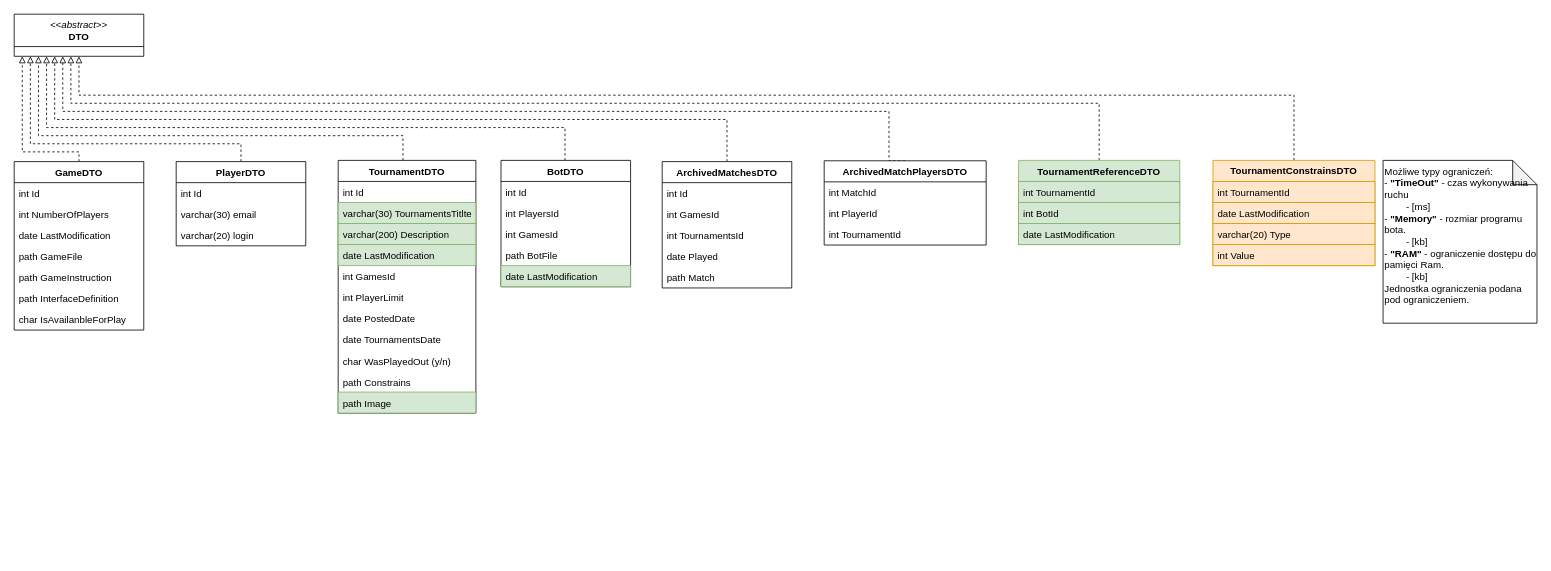
jordus100/Bot-Wars-front keeps this draw.io diagram as page "Plan Bazy Danych" (2 of 4) of docs/System Architecture.drawio. Above is the earlier version. Source tidied: cells renumbered, new cells numbered last; positions are measured from the earlier drawing's top-left corner, leaving out a move shared by most shapes. Both pictures are drawn from the tidied source at 81%, with x=0, y=0 at pixel (14, 14).
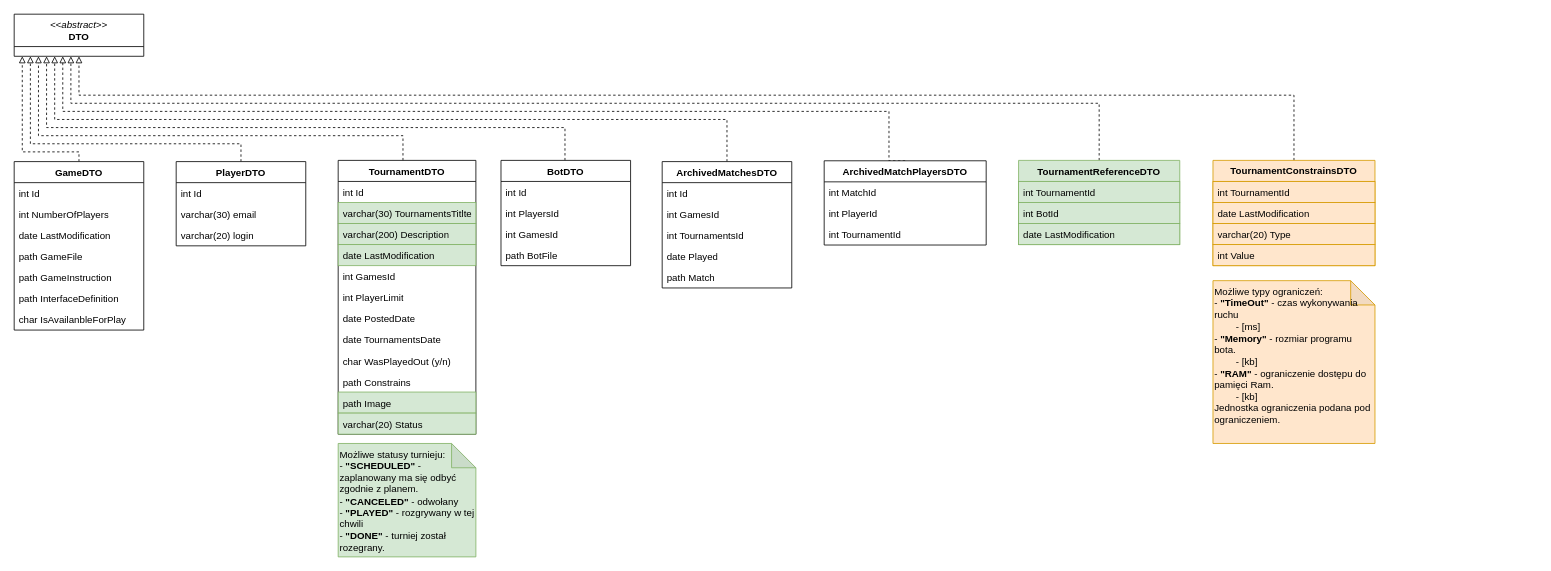
The same diagram, later.

What changed in the source:
```diff
@@
     <mxCell id="14" value="TournamentDTO" style="swimlane;fontStyle=1;align=center;verticalAlign=top;horizontal=1;startSize=26;whiteSpace=wrap;html=1;" parent="1" vertex="1">
-      <mxGeometry x="400" y="180.5" width="170" height="312" as="geometry" />
+      <mxGeometry x="400" y="180.5" width="170" height="338" as="geometry" />
     </mxCell>
@@
+    <mxCell id="61" value="varchar(20) Status" style="text;strokeColor=#82b366;fillColor=#d5e8d4;align=left;verticalAlign=top;spacingLeft=4;spacingRight=4;overflow=hidden;whiteSpace=wrap;html=1;" parent="14" vertex="1">
+      <mxGeometry y="312" width="170" height="26" as="geometry" />
+    </mxCell>
@@
     <mxCell id="27" value="BotDTO" style="swimlane;fontStyle=1;align=center;verticalAlign=top;horizontal=1;startSize=26;whiteSpace=wrap;html=1;" parent="1" vertex="1">
-      <mxGeometry x="601" y="180.5" width="160" height="156" as="geometry" />
+      <mxGeometry x="601" y="180.5" width="160" height="130" as="geometry" />
     </mxCell>
@@
-    <mxCell id="32" value="date LastModification" style="text;strokeColor=#82b366;fillColor=#d5e8d4;align=left;verticalAlign=top;spacingLeft=4;spacingRight=4;overflow=hidden;whiteSpace=wrap;html=1;" parent="27" vertex="1">
-      <mxGeometry y="130" width="160" height="26" as="geometry" />
-    </mxCell>
@@
-    <mxCell id="60" value="Możliwe typy ograniczeń:&lt;br&gt;- &lt;b&gt;&quot;TimeOut&quot;&lt;/b&gt; - czas wykonywania ruchu&lt;br&gt;&lt;span style=&quot;white-space: pre;&quot;&gt;&#9;&lt;/span&gt;- [ms]&lt;br&gt;- &lt;b&gt;&quot;Memory&quot;&lt;/b&gt; - rozmiar programu bota.&lt;br&gt;&lt;span style=&quot;white-space: pre;&quot;&gt;&#9;&lt;/span&gt;- [kb]&lt;br&gt;- &lt;b&gt;&quot;RAM&quot;&lt;/b&gt; - ograniczenie dostępu do pamięci Ram.&amp;nbsp;&lt;br&gt;&lt;span style=&quot;white-space: pre;&quot;&gt;&#9;&lt;/span&gt;- [kb]&lt;br&gt;Jednostka ograniczenia podana pod ograniczeniem." style="shape=note;whiteSpace=wrap;html=1;backgroundOutline=1;darkOpacity=0.05;align=left;verticalAlign=top;" parent="1" vertex="1">
-      <mxGeometry x="1690" y="180.5" width="190" height="201" as="geometry" />
+    <mxCell id="60" value="Możliwe typy ograniczeń:&lt;br&gt;- &lt;b&gt;&quot;TimeOut&quot;&lt;/b&gt; - czas wykonywania ruchu&lt;br&gt;&lt;span style=&quot;white-space: pre;&quot;&gt;&#9;&lt;/span&gt;- [ms]&lt;br&gt;- &lt;b&gt;&quot;Memory&quot;&lt;/b&gt; - rozmiar programu bota.&lt;br&gt;&lt;span style=&quot;white-space: pre;&quot;&gt;&#9;&lt;/span&gt;- [kb]&lt;br&gt;- &lt;b&gt;&quot;RAM&quot;&lt;/b&gt; - ograniczenie dostępu do pamięci Ram.&amp;nbsp;&lt;br&gt;&lt;span style=&quot;white-space: pre;&quot;&gt;&#9;&lt;/span&gt;- [kb]&lt;br&gt;Jednostka ograniczenia podana pod ograniczeniem." style="shape=note;whiteSpace=wrap;html=1;backgroundOutline=1;darkOpacity=0.05;align=left;verticalAlign=top;fillColor=#ffe6cc;strokeColor=#d79b00;" parent="1" vertex="1">
+      <mxGeometry x="1480" y="329" width="200" height="201" as="geometry" />
     </mxCell>
+    <mxCell id="62" value="Możliwe statusy turnieju:&lt;br&gt;- &lt;b&gt;&quot;SCHEDULED&quot;&lt;/b&gt; - zaplanowany ma się odbyć zgodnie z planem.&lt;br&gt;- &lt;b&gt;&quot;CANCELED&quot;&lt;/b&gt; - odwołany&lt;br&gt;- &lt;b&gt;&quot;PLAYED&quot;&lt;/b&gt; - rozgrywany w tej chwili&lt;br&gt;- &lt;b&gt;&quot;DONE&quot;&lt;/b&gt; - turniej został rozegrany." style="shape=note;whiteSpace=wrap;html=1;backgroundOutline=1;darkOpacity=0.05;align=left;verticalAlign=top;fillColor=#d5e8d4;strokeColor=#82b366;" parent="1" vertex="1">
+      <mxGeometry x="400" y="530" width="170" height="140" as="geometry" />
+    </mxCell>
```
